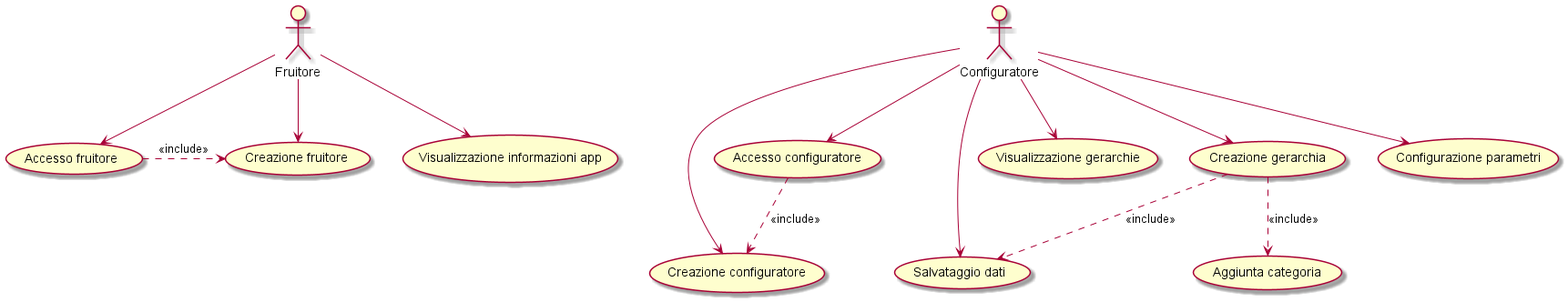
Above: doc/uml/version2/png/Use case diagram-Version2.0.png in eletoo/inge_del_software (PlantUML), before the change.
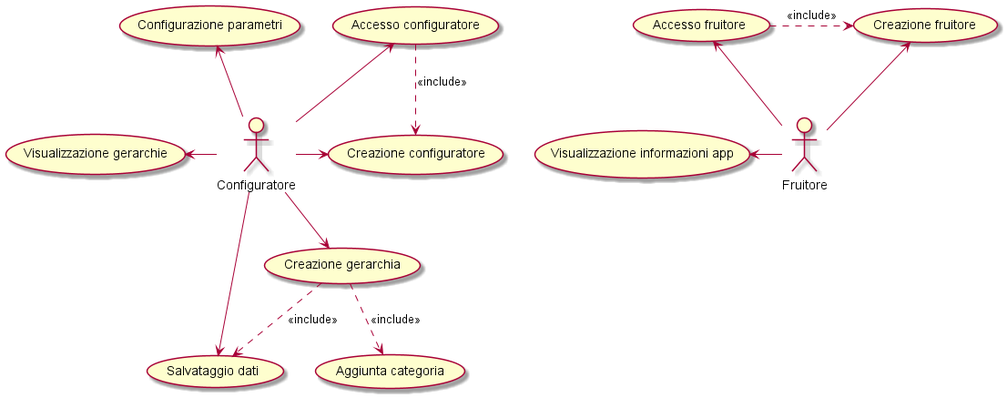
The same file after the commit.

Commit message:
version 2.0.5 - fixed use cases UML

The edit, as a diff of the source:
```diff
@@ -5,11 +5,10 @@
 (Creazione fruitore) as (UseF2)
 (Visualizzazione informazioni app) as (UseF3)
 
-Admin --> (UseF3)
-Admin --> (UseF1)
-Admin --> (UseF2)
+Admin -left-> (UseF3)
+Admin -up-> (UseF1)
+Admin -up-> (UseF2)
 (UseF1) .right.> (UseF2): <<include>>
-
 
 (Accesso configuratore) as (Use1)
 (Creazione configuratore) as (Use2)
@@ -20,12 +19,12 @@
 (Configurazione parametri) as (Use7)
 
 :Configuratore: as Admin2
-Admin2 --> (Use4)
+Admin2 -left-> (Use4)
 Admin2 --> (Use5)
 Admin2 --> (Use3)
 Admin2 -right-> (Use2)
-Admin2 --> (Use1)
-Admin2 --> (Use7)
+Admin2 -up-> (Use1)
+Admin2 -up-> (Use7)
 
 (Use1) ..> (Use2): <<include>>
 (Use5) ..> (Use6): <<include>>
```
